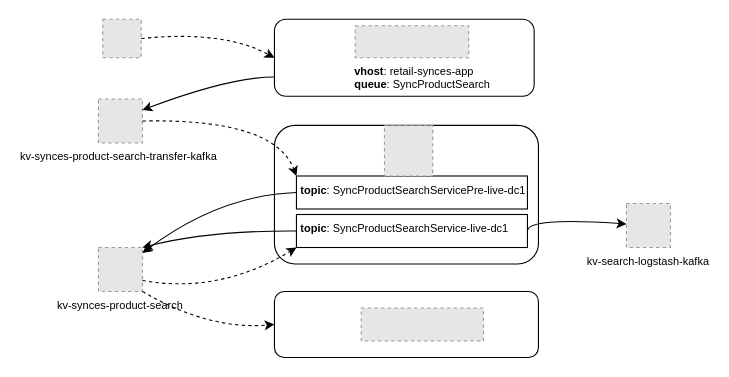
Above: kv-search-flow.drawio in khinhvuphiduong/diagrams.net (draw.io), before the change. Source tidied: cells renumbered, new cells numbered last; positions are measured from the earlier drawing's top-left corner, leaving out a move shared by most shapes. Both pictures are drawn from the tidied source at 110%, with x=0, y=0 at pixel (98, 19). Pictures stored in the file or linked from it are replaced by grey dashed boxes.
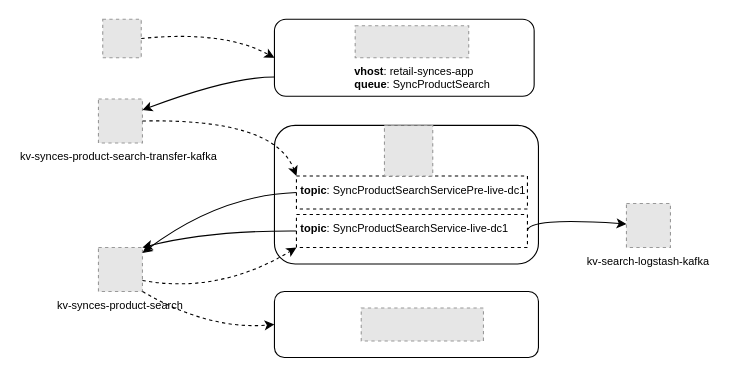
After the change.

What changed in the source:
```diff
@@
-    <mxCell id="8" value="&lt;b&gt;topic&lt;/b&gt;:&amp;nbsp;SyncProductSearchService-live-dc1" style="text;html=1;align=left;verticalAlign=top;whiteSpace=wrap;rounded=0;spacingLeft=2;rotation=0;fontSize=10;strokeColor=default;" parent="1" vertex="1">
+    <mxCell id="8" value="&lt;b&gt;topic&lt;/b&gt;:&amp;nbsp;SyncProductSearchService-live-dc1" style="text;html=1;align=left;verticalAlign=top;whiteSpace=wrap;rounded=0;spacingLeft=2;rotation=0;fontSize=10;strokeColor=default;dashed=1;" parent="1" vertex="1">
       <mxGeometry x="180" y="177.5" width="210" height="30" as="geometry" />
     </mxCell>
@@
-    <mxCell id="12" value="&lt;b&gt;topic&lt;/b&gt;:&amp;nbsp;SyncProductSearchServicePre-live-dc1" style="text;html=1;align=left;verticalAlign=top;whiteSpace=wrap;rounded=0;spacingLeft=2;rotation=0;fontSize=10;strokeColor=default;" parent="1" vertex="1">
+    <mxCell id="12" value="&lt;b&gt;topic&lt;/b&gt;:&amp;nbsp;SyncProductSearchServicePre-live-dc1" style="text;html=1;align=left;verticalAlign=top;whiteSpace=wrap;rounded=0;spacingLeft=2;rotation=0;fontSize=10;strokeColor=default;dashed=1;" parent="1" vertex="1">
       <mxGeometry x="180" y="142.5" width="210" height="30" as="geometry" />
     </mxCell>
```
